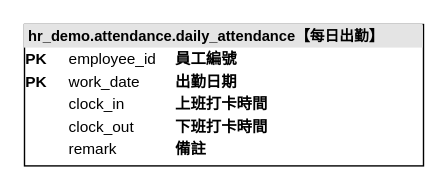
willson5127/Agents_Skills_WillsonWang keeps this draw.io diagram as docs/drawio/192.0.2.10【人事教學範例】/hr_demo/attendance/Tables/hr_demo.attendance.daily_attendance【每日出勤】.drawio. Above is the earlier version. Source tidied: cells renumbered, new cells numbered last; positions are measured from the earlier drawing's top-left corner, leaving out a move shared by most shapes. Both pictures are drawn from the tidied source at 140%, with x=0, y=0 at pixel (24, 24).
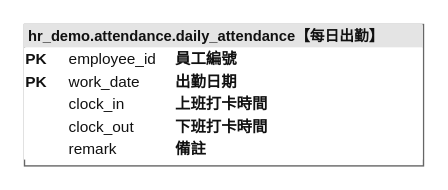
The same page after the edit.

Change to the diagram source:
```diff
@@
 <mxGraphModel>
   <root>
     <mxCell id="0" />
     <mxCell id="1" parent="0" />
-    <mxCell id="2" value="&lt;div style=&quot;box-sizing:border-box;width:100%;background:rgb(228,228,228);padding:2px 3px;font-size:10.5px;line-height:13px;white-space:nowrap&quot;&gt;&lt;b&gt;hr_demo.attendance.daily_attendance【每日出勤】&lt;/b&gt;&lt;/div&gt;&lt;table style=&quot;width:100%;table-layout:fixed;font-family:Arial;font-size:11px;line-height:14px&quot; cellpadding=&quot;1&quot; cellspacing=&quot;0&quot;&gt;&lt;colgroup&gt;&lt;col style=&quot;width:31px&quot;/&gt;&lt;col style=&quot;width:76px&quot;/&gt;&lt;col/&gt;&lt;/colgroup&gt;&lt;tbody&gt;&lt;tr&gt;&lt;td style=&quot;vertical-align:top;white-space:nowrap&quot;&gt;&lt;b&gt;PK&lt;/b&gt;&lt;/td&gt;&lt;td style=&quot;vertical-align:top;white-space:nowrap;padding-right:8px&quot; title=&quot;int · NULL NO | 虛構資料字典：examples/tablecard-demo.json | 中文名稱：既有註解&quot;&gt;employee_id&lt;/td&gt;&lt;td style=&quot;vertical-align:top;white-space:normal;overflow-wrap:anywhere;word-break:break-all&quot; title=&quot;int · NULL NO | 虛構資料字典：examples/tablecard-demo.json | 中文名稱：既有註解&quot;&gt;&lt;b&gt;員工編號&lt;/b&gt;&lt;/td&gt;&lt;/tr&gt;&lt;tr&gt;&lt;td style=&quot;vertical-align:top;white-space:nowrap&quot;&gt;&lt;b&gt;PK&lt;/b&gt;&lt;/td&gt;&lt;td style=&quot;vertical-align:top;white-space:nowrap;padding-right:8px&quot; title=&quot;date · NULL NO | 虛構資料字典：examples/tablecard-demo.json | 中文名稱：既有註解&quot;&gt;work_date&lt;/td&gt;&lt;td style=&quot;vertical-align:top;white-space:normal;overflow-wrap:anywhere;word-break:break-all&quot; title=&quot;date · NULL NO | 虛構資料字典：examples/tablecard-demo.json | 中文名稱：既有註解&quot;&gt;&lt;b&gt;出勤日期&lt;/b&gt;&lt;/td&gt;&lt;/tr&gt;&lt;tr&gt;&lt;td style=&quot;vertical-align:top;white-space:nowrap&quot;&gt;&lt;b&gt;&lt;/b&gt;&lt;/td&gt;&lt;td style=&quot;vertical-align:top;white-space:nowrap;padding-right:8px&quot; title=&quot;datetime2 · NULL YES | 虛構資料字典：examples/tablecard-demo.json | 中文名稱：既有註解&quot;&gt;clock_in&lt;/td&gt;&lt;td style=&quot;vertical-align:top;white-space:normal;overflow-wrap:anywhere;word-break:break-all&quot; title=&quot;datetime2 · NULL YES | 虛構資料字典：examples/tablecard-demo.json | 中文名稱：既有註解&quot;&gt;&lt;b&gt;上班打卡時間&lt;/b&gt;&lt;/td&gt;&lt;/tr&gt;&lt;tr&gt;&lt;td style=&quot;vertical-align:top;white-space:nowrap&quot;&gt;&lt;b&gt;&lt;/b&gt;&lt;/td&gt;&lt;td style=&quot;vertical-align:top;white-space:nowrap;padding-right:8px&quot; title=&quot;datetime2 · NULL YES | 虛構資料字典：examples/tablecard-demo.json | 中文名稱：既有註解&quot;&gt;clock_out&lt;/td&gt;&lt;td style=&quot;vertical-align:top;white-space:normal;overflow-wrap:anywhere;word-break:break-all&quot; title=&quot;datetime2 · NULL YES | 虛構資料字典：examples/tablecard-demo.json | 中文名稱：既有註解&quot;&gt;&lt;b&gt;下班打卡時間&lt;/b&gt;&lt;/td&gt;&lt;/tr&gt;&lt;tr&gt;&lt;td style=&quot;vertical-align:top;white-space:nowrap&quot;&gt;&lt;b&gt;&lt;/b&gt;&lt;/td&gt;&lt;td style=&quot;vertical-align:top;white-space:nowrap;padding-right:8px&quot; title=&quot;nvarchar(200) · NULL YES | 虛構資料字典：examples/tablecard-demo.json | 中文名稱：既有註解&quot;&gt;remark&lt;/td&gt;&lt;td style=&quot;vertical-align:top;white-space:normal;overflow-wrap:anywhere;word-break:break-all&quot; title=&quot;nvarchar(200) · NULL YES | 虛構資料字典：examples/tablecard-demo.json | 中文名稱：既有註解&quot;&gt;&lt;b&gt;備註&lt;/b&gt;&lt;/td&gt;&lt;/tr&gt;&lt;/tbody&gt;&lt;/table&gt;" style="verticalAlign=top;align=left;overflow=fill;html=1;whiteSpace=wrap;fontFamily=Arial;fontSize=11;spacing=0;" parent="1" vertex="1">
+    <mxCell id="2" value="&lt;div style=&quot;box-sizing:border-box;width:100%;background:#E4E4E4;color:#111111;padding:2px 3px;font-size:10.5px;line-height:13px;white-space:nowrap&quot;&gt;&lt;b&gt;hr_demo.attendance.daily_attendance【每日出勤】&lt;/b&gt;&lt;/div&gt;&lt;table style=&quot;width:100%;background:#FFFFFF;color:#111111;table-layout:fixed;font-family:Arial;font-size:11px;line-height:14px&quot; cellpadding=&quot;1&quot; cellspacing=&quot;0&quot;&gt;&lt;colgroup&gt;&lt;col style=&quot;width:31px&quot;/&gt;&lt;col style=&quot;width:76px&quot;/&gt;&lt;col/&gt;&lt;/colgroup&gt;&lt;tbody&gt;&lt;tr&gt;&lt;td style=&quot;vertical-align:top;white-space:nowrap&quot;&gt;&lt;b&gt;PK&lt;/b&gt;&lt;/td&gt;&lt;td style=&quot;vertical-align:top;white-space:nowrap;padding-right:8px&quot; title=&quot;int · NULL NO | 虛構資料字典：examples/tablecard-demo.json | 中文名稱：既有註解&quot;&gt;employee_id&lt;/td&gt;&lt;td style=&quot;vertical-align:top;white-space:normal;overflow-wrap:anywhere;word-break:break-all&quot; title=&quot;int · NULL NO | 虛構資料字典：examples/tablecard-demo.json | 中文名稱：既有註解&quot;&gt;&lt;b&gt;員工編號&lt;/b&gt;&lt;/td&gt;&lt;/tr&gt;&lt;tr&gt;&lt;td style=&quot;vertical-align:top;white-space:nowrap&quot;&gt;&lt;b&gt;PK&lt;/b&gt;&lt;/td&gt;&lt;td style=&quot;vertical-align:top;white-space:nowrap;padding-right:8px&quot; title=&quot;date · NULL NO | 虛構資料字典：examples/tablecard-demo.json | 中文名稱：既有註解&quot;&gt;work_date&lt;/td&gt;&lt;td style=&quot;vertical-align:top;white-space:normal;overflow-wrap:anywhere;word-break:break-all&quot; title=&quot;date · NULL NO | 虛構資料字典：examples/tablecard-demo.json | 中文名稱：既有註解&quot;&gt;&lt;b&gt;出勤日期&lt;/b&gt;&lt;/td&gt;&lt;/tr&gt;&lt;tr&gt;&lt;td style=&quot;vertical-align:top;white-space:nowrap&quot;&gt;&lt;b&gt;&lt;/b&gt;&lt;/td&gt;&lt;td style=&quot;vertical-align:top;white-space:nowrap;padding-right:8px&quot; title=&quot;datetime2 · NULL YES | 虛構資料字典：examples/tablecard-demo.json | 中文名稱：既有註解&quot;&gt;clock_in&lt;/td&gt;&lt;td style=&quot;vertical-align:top;white-space:normal;overflow-wrap:anywhere;word-break:break-all&quot; title=&quot;datetime2 · NULL YES | 虛構資料字典：examples/tablecard-demo.json | 中文名稱：既有註解&quot;&gt;&lt;b&gt;上班打卡時間&lt;/b&gt;&lt;/td&gt;&lt;/tr&gt;&lt;tr&gt;&lt;td style=&quot;vertical-align:top;white-space:nowrap&quot;&gt;&lt;b&gt;&lt;/b&gt;&lt;/td&gt;&lt;td style=&quot;vertical-align:top;white-space:nowrap;padding-right:8px&quot; title=&quot;datetime2 · NULL YES | 虛構資料字典：examples/tablecard-demo.json | 中文名稱：既有註解&quot;&gt;clock_out&lt;/td&gt;&lt;td style=&quot;vertical-align:top;white-space:normal;overflow-wrap:anywhere;word-break:break-all&quot; title=&quot;datetime2 · NULL YES | 虛構資料字典：examples/tablecard-demo.json | 中文名稱：既有註解&quot;&gt;&lt;b&gt;下班打卡時間&lt;/b&gt;&lt;/td&gt;&lt;/tr&gt;&lt;tr&gt;&lt;td style=&quot;vertical-align:top;white-space:nowrap&quot;&gt;&lt;b&gt;&lt;/b&gt;&lt;/td&gt;&lt;td style=&quot;vertical-align:top;white-space:nowrap;padding-right:8px&quot; title=&quot;nvarchar(200) · NULL YES | 虛構資料字典：examples/tablecard-demo.json | 中文名稱：既有註解&quot;&gt;remark&lt;/td&gt;&lt;td style=&quot;vertical-align:top;white-space:normal;overflow-wrap:anywhere;word-break:break-all&quot; title=&quot;nvarchar(200) · NULL YES | 虛構資料字典：examples/tablecard-demo.json | 中文名稱：既有註解&quot;&gt;&lt;b&gt;備註&lt;/b&gt;&lt;/td&gt;&lt;/tr&gt;&lt;/tbody&gt;&lt;/table&gt;" style="verticalAlign=top;align=left;overflow=fill;html=1;whiteSpace=wrap;fontFamily=Arial;fontSize=11;spacing=0;fillColor=#FFFFFF;strokeColor=#666666;fontColor=#111111;" parent="1" vertex="1">
       <mxGeometry width="285" height="101" as="geometry" />
     </mxCell>
   </root>
 </mxGraphModel>
```
